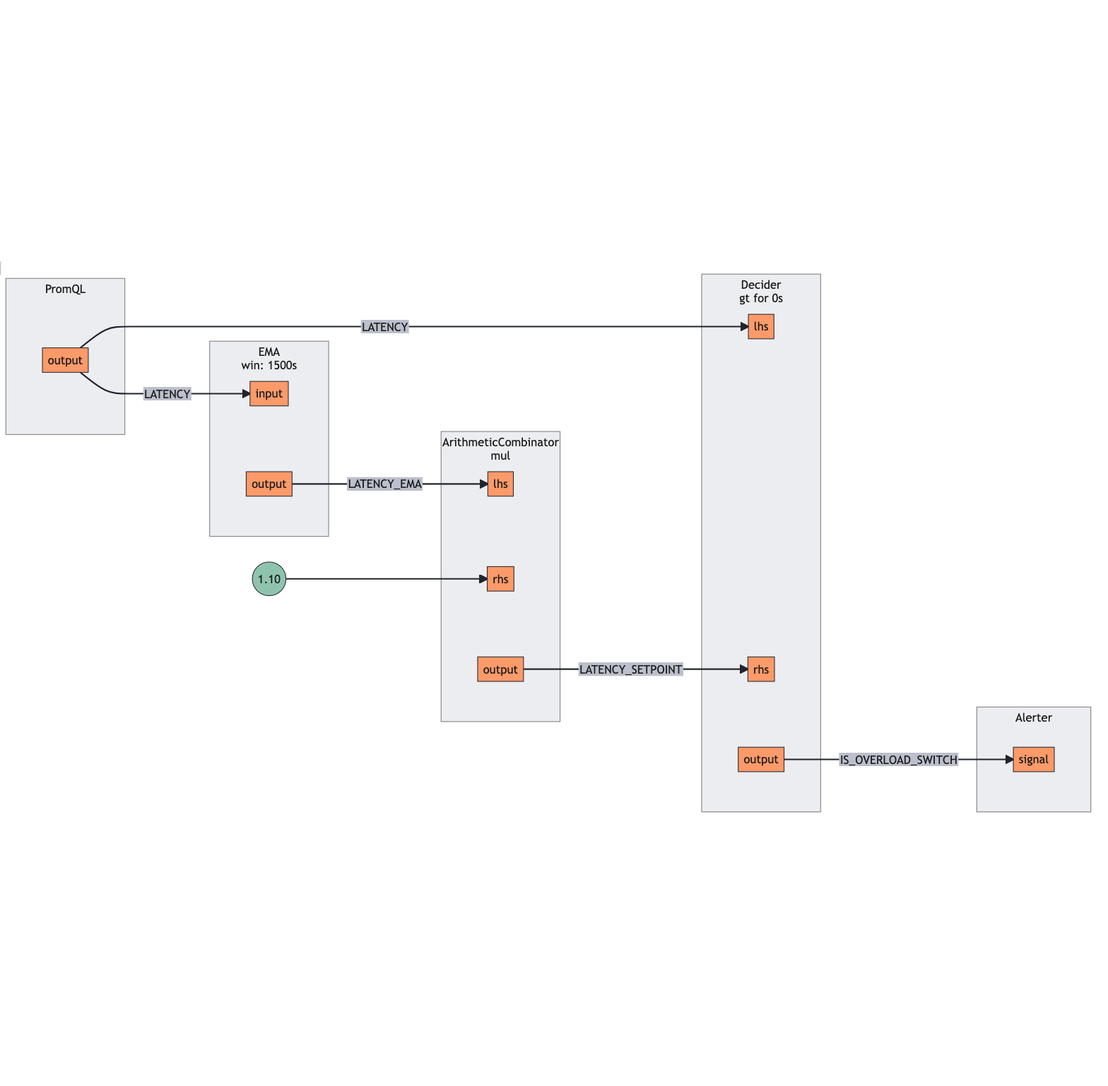
Earlier version of the Mermaid export docs/content/tutorials/signal-processing/assets/detecting-overload/detecting-overload.mmd.png (fluxninja/aperture). Its source is kept beside it as docs/content/tutorials/signal-processing/assets/detecting-overload/detecting-overload.mmd.
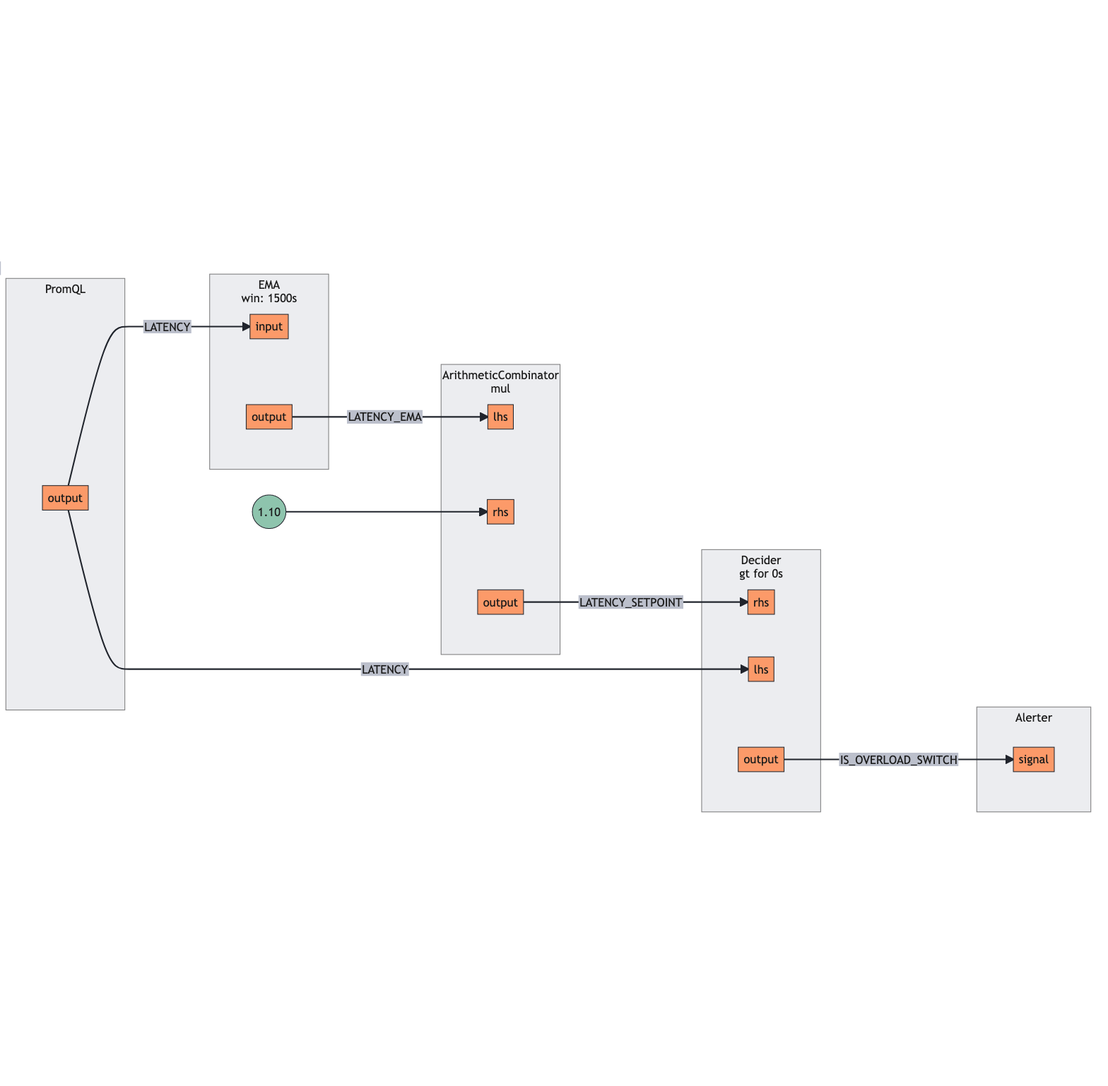
The same file after the commit.

Diff of the diagram source:
```diff
@@ -31,8 +31,8 @@
 subgraph root.3[<center>Decider<br/>gt for 0s</center>]
 subgraph root.3_inports[ ]
 style root.3_inports fill:none,stroke:none
+root.3rhs[rhs]
 root.3lhs[lhs]
-root.3rhs[rhs]
 end
 subgraph root.3_outports[ ]
 style root.3_outports fill:none,stroke:none
```
